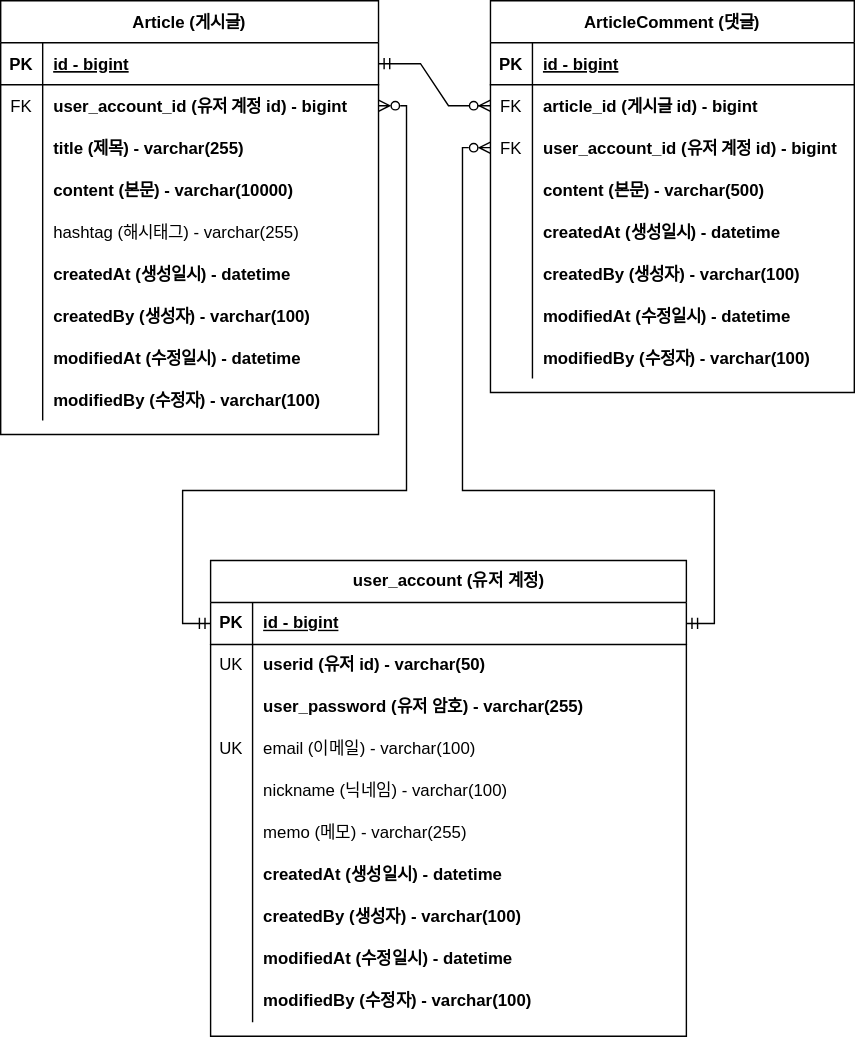
Before: document/project-board-erd.svg, a diagram exported from draw.io (taewon0/project-board). Source tidied: cells renumbered, new cells last; positions are measured from the earlier drawing's top-left corner, leaving out a move shared by most shapes.
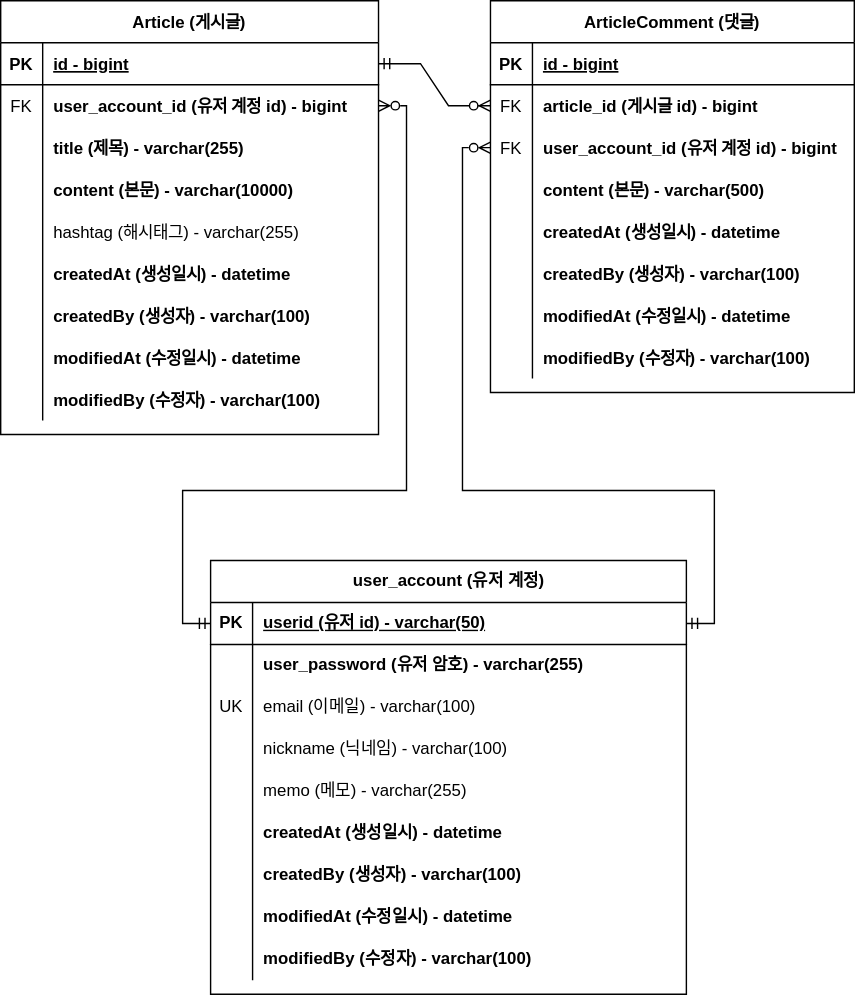
After the change.

Commit message:
docs: erd에 회원 계정 도메인 변경사항 반영

Diff of the diagram source:
```diff
@@ -165,7 +165,7 @@
       <mxGeometry relative="1" as="geometry" />
     </mxCell>
     <mxCell id="56" value="user_account (유저 계정)" style="shape=table;startSize=30;rowLines=0;fontStyle=1;align=center;html=1;" parent="1" vertex="1">
-      <mxGeometry x="150" y="400" width="340" height="340" as="geometry" />
+      <mxGeometry x="150" y="400" width="340" height="310" as="geometry" />
     </mxCell>
     <mxCell id="57" style="shape=tableRow;horizontal=0;startSize=0;swimlaneHead=0;swimlaneBody=0;fillColor=none;points=[[0,0.5],[1,0.5]];portConstraint=eastwest;top=0;left=0;right=0;bottom=1;" parent="56" vertex="1">
       <mxGeometry y="30" width="340" height="30" as="geometry" />
@@ -173,20 +173,11 @@
     <mxCell id="58" value="PK" style="shape=partialRectangle;fillColor=none;top=0;left=0;bottom=0;right=0;fontStyle=1;overflow=hidden;whiteSpace=wrap;html=1;" parent="57" vertex="1">
       <mxGeometry width="30" height="30" as="geometry" />
     </mxCell>
-    <mxCell id="59" value="id - bigint" style="shape=partialRectangle;fillColor=none;top=0;left=0;bottom=0;right=0;align=left;spacingLeft=6;fontStyle=5;overflow=hidden;whiteSpace=wrap;html=1;" parent="57" vertex="1">
+    <mxCell id="59" value="&lt;b&gt;userid (유저 id) - varchar(50)&lt;/b&gt;" style="shape=partialRectangle;fillColor=none;top=0;left=0;bottom=0;right=0;align=left;spacingLeft=6;fontStyle=5;overflow=hidden;whiteSpace=wrap;html=1;" parent="57" vertex="1">
       <mxGeometry x="30" width="310" height="30" as="geometry" />
     </mxCell>
-    <mxCell id="60" style="shape=tableRow;horizontal=0;startSize=0;swimlaneHead=0;swimlaneBody=0;fillColor=none;top=0;left=0;right=0;bottom=0;" parent="56" vertex="1">
-      <mxGeometry y="60" width="340" height="30" as="geometry" />
-    </mxCell>
-    <mxCell id="61" value="UK" style="shape=partialRectangle;fillColor=none;top=0;left=0;bottom=0;right=0;overflow=hidden;whiteSpace=wrap;html=1;" parent="60" vertex="1">
-      <mxGeometry width="30" height="30" as="geometry" />
-    </mxCell>
-    <mxCell id="62" value="&lt;b&gt;userid (유저 id) - varchar(50)&lt;/b&gt;" style="shape=partialRectangle;fillColor=none;top=0;left=0;bottom=0;right=0;align=left;spacingLeft=6;overflow=hidden;whiteSpace=wrap;html=1;" parent="60" vertex="1">
-      <mxGeometry x="30" width="310" height="30" as="geometry" />
-    </mxCell>
     <mxCell id="63" style="shape=tableRow;horizontal=0;startSize=0;swimlaneHead=0;swimlaneBody=0;fillColor=none;top=0;left=0;right=0;bottom=0;" parent="56" vertex="1">
-      <mxGeometry y="90" width="340" height="30" as="geometry" />
+      <mxGeometry y="60" width="340" height="30" as="geometry" />
     </mxCell>
     <mxCell id="64" style="shape=partialRectangle;fillColor=none;top=0;left=0;bottom=0;right=0;overflow=hidden;whiteSpace=wrap;html=1;" parent="63" vertex="1">
       <mxGeometry width="30" height="30" as="geometry" />
@@ -195,7 +186,7 @@
       <mxGeometry x="30" width="310" height="30" as="geometry" />
     </mxCell>
     <mxCell id="66" style="shape=tableRow;horizontal=0;startSize=0;swimlaneHead=0;swimlaneBody=0;fillColor=none;top=0;left=0;right=0;bottom=0;" parent="56" vertex="1">
-      <mxGeometry y="120" width="340" height="30" as="geometry" />
+      <mxGeometry y="90" width="340" height="30" as="geometry" />
     </mxCell>
     <mxCell id="67" value="UK" style="shape=partialRectangle;fillColor=none;top=0;left=0;bottom=0;right=0;overflow=hidden;whiteSpace=wrap;html=1;" parent="66" vertex="1">
       <mxGeometry width="30" height="30" as="geometry" />
@@ -204,7 +195,7 @@
       <mxGeometry x="30" width="310" height="30" as="geometry" />
     </mxCell>
     <mxCell id="69" style="shape=tableRow;horizontal=0;startSize=0;swimlaneHead=0;swimlaneBody=0;fillColor=none;top=0;left=0;right=0;bottom=0;" parent="56" vertex="1">
-      <mxGeometry y="150" width="340" height="30" as="geometry" />
+      <mxGeometry y="120" width="340" height="30" as="geometry" />
     </mxCell>
     <mxCell id="70" style="shape=partialRectangle;fillColor=none;top=0;left=0;bottom=0;right=0;overflow=hidden;whiteSpace=wrap;html=1;" parent="69" vertex="1">
       <mxGeometry width="30" height="30" as="geometry" />
@@ -213,7 +204,7 @@
       <mxGeometry x="30" width="310" height="30" as="geometry" />
     </mxCell>
     <mxCell id="72" style="shape=tableRow;horizontal=0;startSize=0;swimlaneHead=0;swimlaneBody=0;fillColor=none;top=0;left=0;right=0;bottom=0;" parent="56" vertex="1">
-      <mxGeometry y="180" width="340" height="30" as="geometry" />
+      <mxGeometry y="150" width="340" height="30" as="geometry" />
     </mxCell>
     <mxCell id="73" style="shape=partialRectangle;fillColor=none;top=0;left=0;bottom=0;right=0;overflow=hidden;whiteSpace=wrap;html=1;" parent="72" vertex="1">
       <mxGeometry width="30" height="30" as="geometry" />
@@ -222,7 +213,7 @@
       <mxGeometry x="30" width="310" height="30" as="geometry" />
     </mxCell>
     <mxCell id="75" style="shape=tableRow;horizontal=0;startSize=0;swimlaneHead=0;swimlaneBody=0;fillColor=none;top=0;left=0;right=0;bottom=0;" parent="56" vertex="1">
-      <mxGeometry y="210" width="340" height="30" as="geometry" />
+      <mxGeometry y="180" width="340" height="30" as="geometry" />
     </mxCell>
     <mxCell id="76" style="shape=partialRectangle;fillColor=none;top=0;left=0;bottom=0;right=0;overflow=hidden;whiteSpace=wrap;html=1;" parent="75" vertex="1">
       <mxGeometry width="30" height="30" as="geometry" />
@@ -231,7 +222,7 @@
       <mxGeometry x="30" width="310" height="30" as="geometry" />
     </mxCell>
     <mxCell id="78" style="shape=tableRow;horizontal=0;startSize=0;swimlaneHead=0;swimlaneBody=0;fillColor=none;top=0;left=0;right=0;bottom=0;" parent="56" vertex="1">
-      <mxGeometry y="240" width="340" height="30" as="geometry" />
+      <mxGeometry y="210" width="340" height="30" as="geometry" />
     </mxCell>
     <mxCell id="79" style="shape=partialRectangle;fillColor=none;top=0;left=0;bottom=0;right=0;overflow=hidden;whiteSpace=wrap;html=1;" parent="78" vertex="1">
       <mxGeometry width="30" height="30" as="geometry" />
@@ -240,7 +231,7 @@
       <mxGeometry x="30" width="310" height="30" as="geometry" />
     </mxCell>
     <mxCell id="81" style="shape=tableRow;horizontal=0;startSize=0;swimlaneHead=0;swimlaneBody=0;fillColor=none;top=0;left=0;right=0;bottom=0;" parent="56" vertex="1">
-      <mxGeometry y="270" width="340" height="30" as="geometry" />
+      <mxGeometry y="240" width="340" height="30" as="geometry" />
     </mxCell>
     <mxCell id="82" style="shape=partialRectangle;fillColor=none;top=0;left=0;bottom=0;right=0;overflow=hidden;whiteSpace=wrap;html=1;" parent="81" vertex="1">
       <mxGeometry width="30" height="30" as="geometry" />
@@ -249,7 +240,7 @@
       <mxGeometry x="30" width="310" height="30" as="geometry" />
     </mxCell>
     <mxCell id="84" style="shape=tableRow;horizontal=0;startSize=0;swimlaneHead=0;swimlaneBody=0;fillColor=none;top=0;left=0;right=0;bottom=0;" parent="56" vertex="1">
-      <mxGeometry y="300" width="340" height="30" as="geometry" />
+      <mxGeometry y="270" width="340" height="30" as="geometry" />
     </mxCell>
     <mxCell id="85" style="shape=partialRectangle;fillColor=none;top=0;left=0;bottom=0;right=0;overflow=hidden;whiteSpace=wrap;html=1;" parent="84" vertex="1">
       <mxGeometry width="30" height="30" as="geometry" />
```
